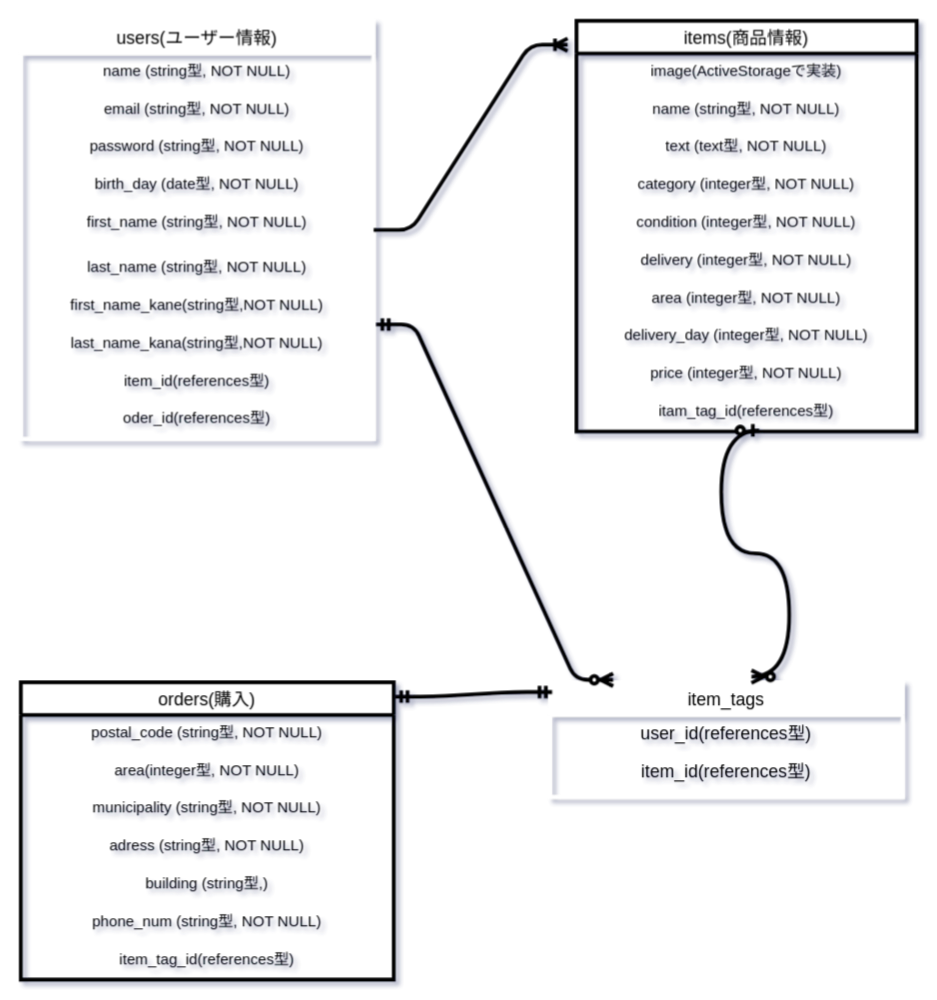
This is ER .dio from same-jima/furima-36128, a draw.io file, before an edit. Source tidied: cells renumbered, new cells numbered last; positions are measured from the earlier drawing's top-left corner, leaving out a move shared by most shapes. Both pictures are drawn from the tidied source at 126%, with x=0, y=0 at pixel (20, 20).
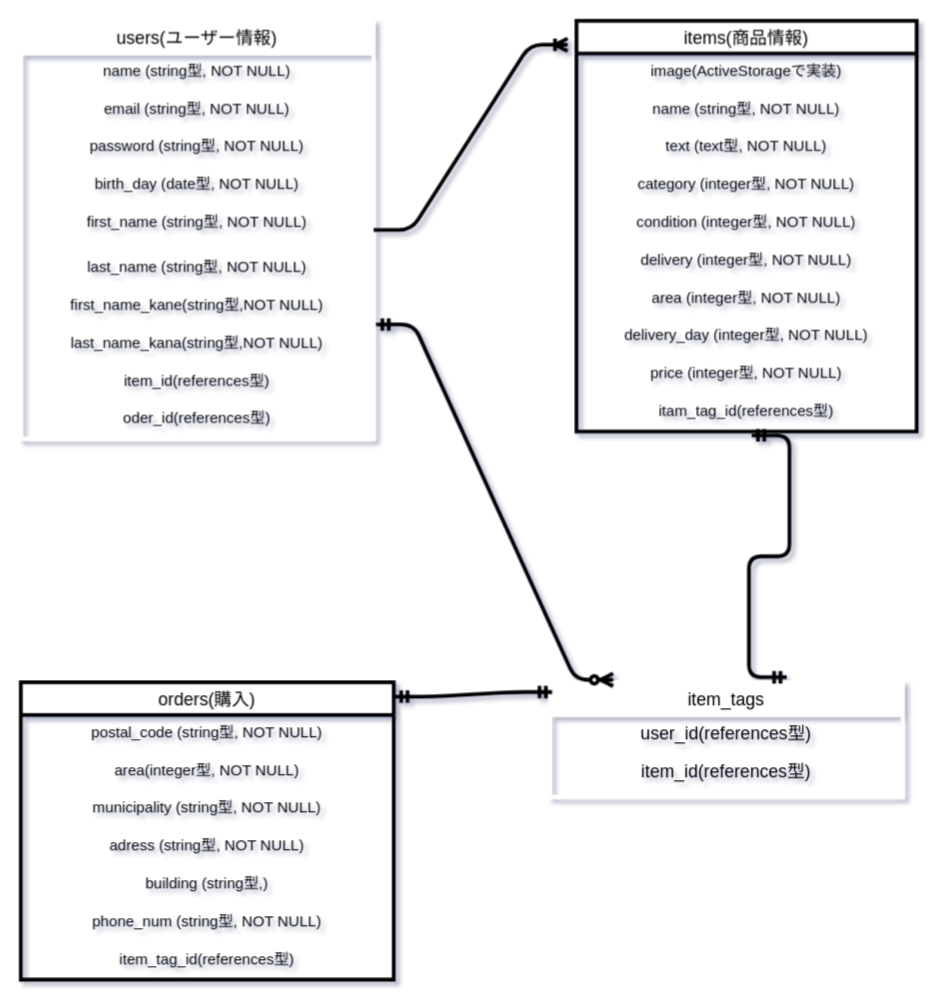
Above is the later version.

Unchanged cells that the change refers to:
```xml
<mxCell id="23" value="itam_tag_id(references型)" style="text;strokeColor=none;fillColor=none;spacingLeft=4;spacingRight=4;overflow=hidden;points=[[0,0.5],[1,0.5]];portConstraint=eastwest;fontSize=12;align=center;" parent="13" vertex="1">
  <mxGeometry y="296" width="270" height="30" as="geometry" />
</mxCell>
<mxCell id="32" value="item_tags" style="swimlane;fontStyle=0;horizontal=1;startSize=26;align=center;fontSize=14;strokeColor=#FFFFFF;strokeWidth=3;" parent="1" vertex="1">
  <mxGeometry x="420" y="525" width="280" height="91" as="geometry" />
</mxCell>
```

Change to the diagram source:
```diff
@@
-    <mxCell id="35" style="edgeStyle=entityRelationEdgeStyle;fontSize=12;html=1;endArrow=ERzeroToMany;startArrow=ERzeroToOne;entryX=0.571;entryY=-0.05;entryDx=0;entryDy=0;entryPerimeter=0;curved=1;strokeWidth=3;exitX=0.537;exitY=0.967;exitDx=0;exitDy=0;exitPerimeter=0;" parent="1" edge="1" source="23" target="32">
-      <mxGeometry relative="1" as="geometry" />
-    </mxCell>
@@
+    <mxCell id="39" style="edgeStyle=entityRelationEdgeStyle;fontSize=12;html=1;endArrow=ERmandOne;startArrow=ERmandOne;targetPerimeterSpacing=2;strokeWidth=3;exitX=0.671;exitY=-0.044;exitDx=0;exitDy=0;exitPerimeter=0;entryX=0.515;entryY=1.1;entryDx=0;entryDy=0;entryPerimeter=0;" parent="1" edge="1" source="32" target="23">
+      <mxGeometry relative="1" as="geometry" />
+    </mxCell>
```
